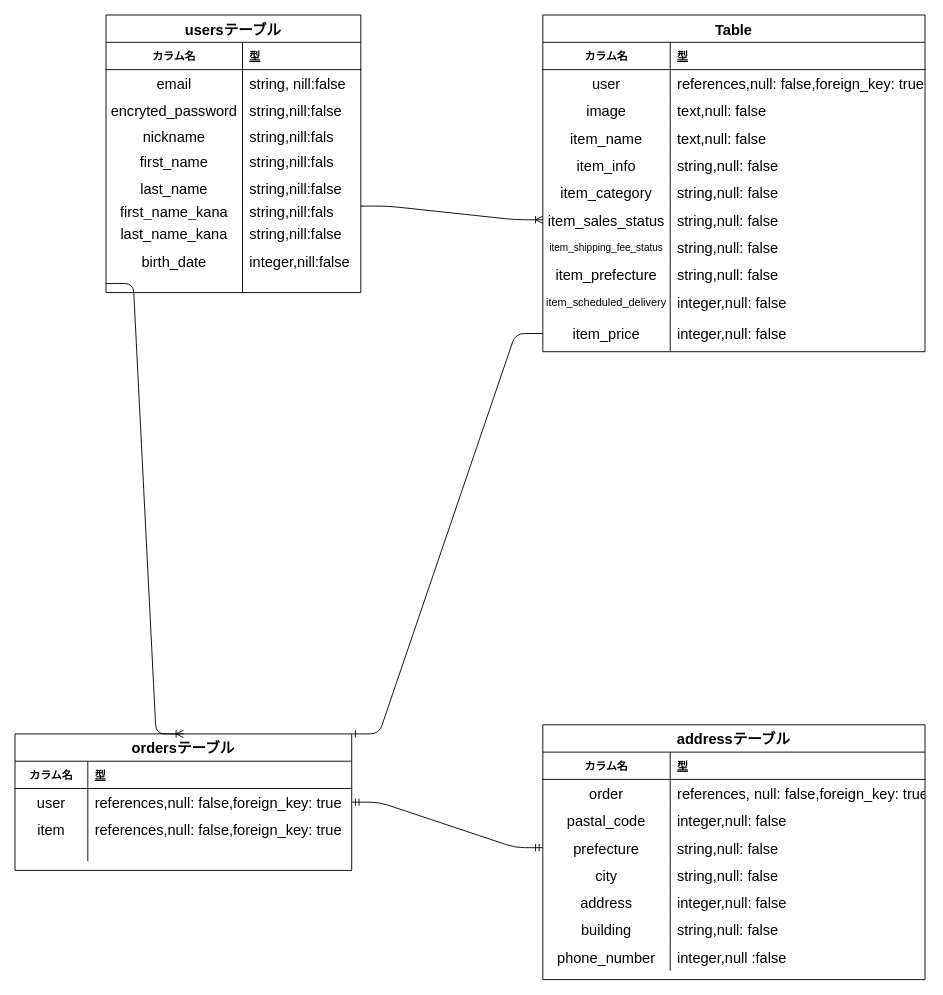
The draw.io diagram furima.dio in keisuke-5837/furima-36126, before the edit. Source tidied: cells renumbered, new cells numbered last; positions are measured from the earlier drawing's top-left corner, leaving out a move shared by most shapes. Both pictures are drawn from the tidied source at 91%, with x=0, y=0 at pixel (15, 15).
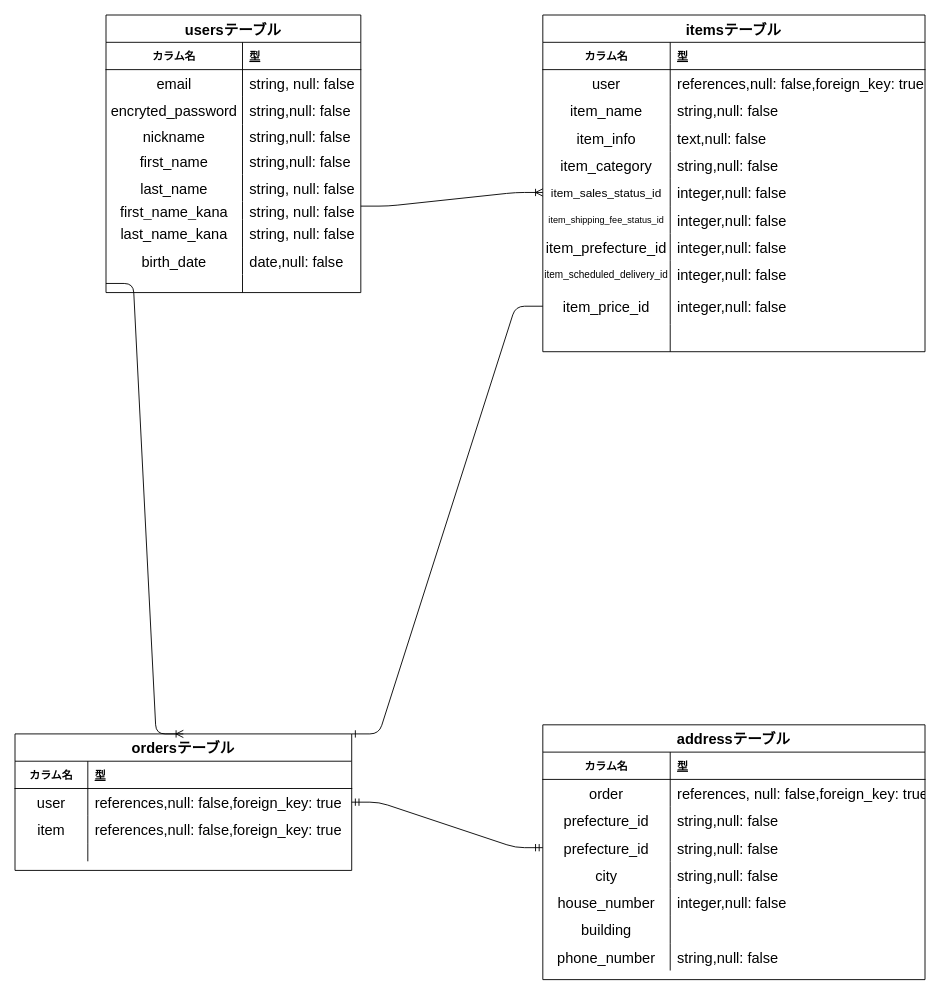
The same page after the edit.

Commit message (it also covers changes not shown here):
データベース設計修正２

The change refers to these unchanged cells:
```xml
<mxCell id="6" style="shape=partialRectangle;fillColor=none;top=0;left=0;bottom=0;right=0;" parent="2" vertex="1">
  <mxGeometry y="60" width="280" height="30" as="geometry" />
</mxCell>
<mxCell id="9" style="shape=partialRectangle;fillColor=none;top=0;left=0;bottom=0;right=0;" parent="2" vertex="1">
  <mxGeometry y="90" width="280" height="30" as="geometry" />
</mxCell>
<mxCell id="12" style="shape=partialRectangle;fillColor=none;top=0;left=0;bottom=0;right=0;points=[[0,0.5],[1,0.5]];portConstraint=eastwest;" parent="2" vertex="1">
  <mxGeometry y="120" width="280" height="25" as="geometry" />
</mxCell>
<mxCell id="15" style="shape=partialRectangle;fillColor=none;top=0;left=0;bottom=0;right=0;" parent="2" vertex="1">
  <mxGeometry y="145" width="280" height="30" as="geometry" />
</mxCell>
<mxCell id="18" style="shape=partialRectangle;fillColor=none;top=0;left=0;bottom=0;right=0;" parent="2" vertex="1">
  <mxGeometry y="175" width="280" height="30" as="geometry" />
</mxCell>
<mxCell id="21" style="shape=partialRectangle;fillColor=none;top=0;left=0;bottom=0;right=0;" parent="2" vertex="1">
  <mxGeometry y="205" width="280" height="20" as="geometry" />
</mxCell>
<mxCell id="24" style="shape=partialRectangle;fillColor=none;top=0;left=0;bottom=0;right=0;" parent="2" vertex="1">
  <mxGeometry y="225" width="280" height="30" as="geometry" />
</mxCell>
<mxCell id="27" style="shape=partialRectangle;fillColor=none;top=0;left=0;bottom=0;right=0;" parent="2" vertex="1">
  <mxGeometry y="255" width="280" height="30" as="geometry" />
</mxCell>
<mxCell id="75" style="shape=partialRectangle;fillColor=none;top=0;left=0;bottom=0;right=0;" parent="68" vertex="1">
  <mxGeometry y="90" width="420" height="30" as="geometry" />
</mxCell>
<mxCell id="78" style="shape=partialRectangle;fillColor=none;top=0;left=0;bottom=0;right=0;points=[[0,0.5],[1,0.5]];portConstraint=eastwest;" parent="68" vertex="1">
  <mxGeometry y="120" width="420" height="30" as="geometry" />
</mxCell>
<mxCell id="84" style="shape=partialRectangle;fillColor=none;top=0;left=0;bottom=0;right=0;" parent="68" vertex="1">
  <mxGeometry y="180" width="420" height="30" as="geometry" />
</mxCell>
<mxCell id="87" style="shape=partialRectangle;fillColor=none;top=0;left=0;bottom=0;right=0;" parent="68" vertex="1">
  <mxGeometry y="210" width="420" height="30" as="geometry" />
</mxCell>
<mxCell id="90" style="shape=partialRectangle;fillColor=none;top=0;left=0;bottom=0;right=0;" parent="68" vertex="1">
  <mxGeometry y="240" width="420" height="30" as="geometry" />
</mxCell>
```

Diff of the diagram source:
```diff
@@
-    <mxCell id="8" value="string, nill:false" style="shape=partialRectangle;fillColor=none;top=0;left=0;bottom=0;right=0;align=left;spacingLeft=6;overflow=hidden;fontSize=16;" parent="6" vertex="1">
+    <mxCell id="8" value="string, null: false" style="shape=partialRectangle;fillColor=none;top=0;left=0;bottom=0;right=0;align=left;spacingLeft=6;overflow=hidden;fontSize=16;" parent="6" vertex="1">
       <mxGeometry x="150" width="130" height="30" as="geometry" />
     </mxCell>
@@
-    <mxCell id="11" value="string,nill:false" style="shape=partialRectangle;fillColor=none;top=0;left=0;bottom=0;right=0;align=left;spacingLeft=6;overflow=hidden;fontSize=16;" parent="9" vertex="1">
+    <mxCell id="11" value="string,null: false" style="shape=partialRectangle;fillColor=none;top=0;left=0;bottom=0;right=0;align=left;spacingLeft=6;overflow=hidden;fontSize=16;" parent="9" vertex="1">
       <mxGeometry x="150" width="130" height="30" as="geometry" />
     </mxCell>
@@
-    <mxCell id="14" value="string,nill:fals" style="shape=partialRectangle;fillColor=none;top=0;left=0;bottom=0;right=0;align=left;spacingLeft=6;overflow=hidden;fontSize=16;" parent="12" vertex="1">
+    <mxCell id="14" value="string,null: false" style="shape=partialRectangle;fillColor=none;top=0;left=0;bottom=0;right=0;align=left;spacingLeft=6;overflow=hidden;fontSize=16;" parent="12" vertex="1">
       <mxGeometry x="150" width="130" height="25" as="geometry" />
     </mxCell>
@@
-    <mxCell id="17" value="string,nill:fals" style="shape=partialRectangle;fillColor=none;top=0;left=0;bottom=0;right=0;align=left;spacingLeft=6;overflow=hidden;fontSize=16;" parent="15" vertex="1">
+    <mxCell id="17" value="string,null: false" style="shape=partialRectangle;fillColor=none;top=0;left=0;bottom=0;right=0;align=left;spacingLeft=6;overflow=hidden;fontSize=16;" parent="15" vertex="1">
       <mxGeometry x="150" width="130" height="30" as="geometry" />
     </mxCell>
@@
-    <mxCell id="20" value="string,nill:false" style="shape=partialRectangle;fillColor=none;top=0;left=0;bottom=0;right=0;align=left;spacingLeft=6;overflow=hidden;fontSize=16;" parent="18" vertex="1">
+    <mxCell id="20" value="string, null: false" style="shape=partialRectangle;fillColor=none;top=0;left=0;bottom=0;right=0;align=left;spacingLeft=6;overflow=hidden;fontSize=16;" parent="18" vertex="1">
       <mxGeometry x="150" width="130" height="30" as="geometry" />
     </mxCell>
@@
-    <mxCell id="23" value="string,nill:fals" style="shape=partialRectangle;fillColor=none;top=0;left=0;bottom=0;right=0;align=left;spacingLeft=6;overflow=hidden;fontSize=16;" parent="21" vertex="1">
+    <mxCell id="23" value="string, null: false" style="shape=partialRectangle;fillColor=none;top=0;left=0;bottom=0;right=0;align=left;spacingLeft=6;overflow=hidden;fontSize=16;" parent="21" vertex="1">
       <mxGeometry x="150" width="130" height="20" as="geometry" />
     </mxCell>
@@
-    <mxCell id="26" value="string,nill:false" style="shape=partialRectangle;fillColor=none;top=0;left=0;bottom=0;right=0;align=left;spacingLeft=6;overflow=hidden;fontSize=16;" parent="24" vertex="1">
+    <mxCell id="26" value="string, null: false" style="shape=partialRectangle;fillColor=none;top=0;left=0;bottom=0;right=0;align=left;spacingLeft=6;overflow=hidden;fontSize=16;" parent="24" vertex="1">
       <mxGeometry x="150" width="130" height="30" as="geometry" />
     </mxCell>
@@
-    <mxCell id="29" value="integer,nill:false" style="shape=partialRectangle;fillColor=none;top=0;left=0;bottom=0;right=0;align=left;spacingLeft=6;overflow=hidden;fontSize=16;" parent="27" vertex="1">
+    <mxCell id="29" value="date,null: false" style="shape=partialRectangle;fillColor=none;top=0;left=0;bottom=0;right=0;align=left;spacingLeft=6;overflow=hidden;fontSize=16;" parent="27" vertex="1">
       <mxGeometry x="150" width="130" height="30" as="geometry" />
     </mxCell>
@@
-    <mxCell id="34" value="Table" style="shape=table;startSize=30;childLayout=tableLayout;rowLines=0;fontStyle=1;align=center;fontSize=16;" parent="1" vertex="1">
+    <mxCell id="34" value="itemsテーブル" style="shape=table;startSize=30;childLayout=tableLayout;rowLines=0;fontStyle=1;align=center;fontSize=16;" parent="1" vertex="1">
       <mxGeometry x="580" width="420" height="370" as="geometry" />
     </mxCell>
@@
-    <mxCell id="41" style="shape=partialRectangle;fillColor=none;top=0;left=0;bottom=0;right=0;" parent="34" vertex="1">
-      <mxGeometry y="90" width="420" height="30" as="geometry" />
-    </mxCell>
-    <mxCell id="42" value="image" style="shape=partialRectangle;fillColor=none;top=0;left=0;bottom=0;right=0;overflow=hidden;fontSize=16;" parent="41" vertex="1">
-      <mxGeometry width="140" height="30" as="geometry" />
-    </mxCell>
-    <mxCell id="43" value="text,null: false" style="shape=partialRectangle;fillColor=none;top=0;left=0;bottom=0;right=0;align=left;spacingLeft=6;overflow=hidden;fontSize=16;" parent="41" vertex="1">
-      <mxGeometry x="140" width="280" height="30" as="geometry" />
-    </mxCell>
     <mxCell id="44" style="shape=partialRectangle;fillColor=none;top=0;left=0;bottom=0;right=0;" parent="34" vertex="1">
-      <mxGeometry y="120" width="420" height="30" as="geometry" />
+      <mxGeometry y="90" width="420" height="30" as="geometry" />
     </mxCell>
@@
-    <mxCell id="46" value="text,null: false" style="shape=partialRectangle;fillColor=none;top=0;left=0;bottom=0;right=0;align=left;spacingLeft=6;overflow=hidden;fontSize=16;" parent="44" vertex="1">
+    <mxCell id="46" value="string,null: false" style="shape=partialRectangle;fillColor=none;top=0;left=0;bottom=0;right=0;align=left;spacingLeft=6;overflow=hidden;fontSize=16;" parent="44" vertex="1">
       <mxGeometry x="140" width="280" height="30" as="geometry" />
     </mxCell>
     <mxCell id="47" style="shape=partialRectangle;fillColor=none;top=0;left=0;bottom=0;right=0;" parent="34" vertex="1">
-      <mxGeometry y="150" width="420" height="30" as="geometry" />
+      <mxGeometry y="120" width="420" height="30" as="geometry" />
     </mxCell>
@@
-    <mxCell id="49" value="string,null: false" style="shape=partialRectangle;fillColor=none;top=0;left=0;bottom=0;right=0;align=left;spacingLeft=6;overflow=hidden;fontSize=16;" parent="47" vertex="1">
+    <mxCell id="49" value="text,null: false" style="shape=partialRectangle;fillColor=none;top=0;left=0;bottom=0;right=0;align=left;spacingLeft=6;overflow=hidden;fontSize=16;" parent="47" vertex="1">
       <mxGeometry x="140" width="280" height="30" as="geometry" />
     </mxCell>
     <mxCell id="50" style="shape=partialRectangle;fillColor=none;top=0;left=0;bottom=0;right=0;" parent="34" vertex="1">
-      <mxGeometry y="180" width="420" height="30" as="geometry" />
+      <mxGeometry y="150" width="420" height="30" as="geometry" />
     </mxCell>
@@
     <mxCell id="53" style="shape=partialRectangle;fillColor=none;top=0;left=0;bottom=0;right=0;points=[[0,0.5],[1,0.5]];portConstraint=eastwest;" parent="34" vertex="1">
-      <mxGeometry y="210" width="420" height="30" as="geometry" />
+      <mxGeometry y="180" width="420" height="30" as="geometry" />
     </mxCell>
-    <mxCell id="54" value="item_sales_status" style="shape=partialRectangle;fillColor=none;top=0;left=0;bottom=0;right=0;overflow=hidden;fontSize=16;" parent="53" vertex="1">
+    <mxCell id="54" value="item_sales_status_id" style="shape=partialRectangle;fillColor=none;top=0;left=0;bottom=0;right=0;overflow=hidden;fontSize=13;" parent="53" vertex="1">
       <mxGeometry width="140" height="30" as="geometry" />
     </mxCell>
-    <mxCell id="55" value="string,null: false" style="shape=partialRectangle;fillColor=none;top=0;left=0;bottom=0;right=0;align=left;spacingLeft=6;overflow=hidden;fontSize=16;" parent="53" vertex="1">
+    <mxCell id="55" value="integer,null: false" style="shape=partialRectangle;fillColor=none;top=0;left=0;bottom=0;right=0;align=left;spacingLeft=6;overflow=hidden;fontSize=16;" parent="53" vertex="1">
       <mxGeometry x="140" width="280" height="30" as="geometry" />
     </mxCell>
     <mxCell id="56" style="shape=partialRectangle;fillColor=none;top=0;left=0;bottom=0;right=0;" parent="34" vertex="1">
-      <mxGeometry y="240" width="420" height="30" as="geometry" />
+      <mxGeometry y="210" width="420" height="30" as="geometry" />
     </mxCell>
-    <mxCell id="57" value="item_shipping_fee_status" style="shape=partialRectangle;fillColor=none;top=0;left=0;bottom=0;right=0;overflow=hidden;fontSize=11;" parent="56" vertex="1">
+    <mxCell id="57" value="item_shipping_fee_status_id" style="shape=partialRectangle;fillColor=none;top=0;left=0;bottom=0;right=0;overflow=hidden;fontSize=10;" parent="56" vertex="1">
       <mxGeometry width="140" height="30" as="geometry" />
     </mxCell>
-    <mxCell id="58" value="string,null: false" style="shape=partialRectangle;fillColor=none;top=0;left=0;bottom=0;right=0;align=left;spacingLeft=6;overflow=hidden;fontSize=16;" parent="56" vertex="1">
+    <mxCell id="58" value="integer,null: false" style="shape=partialRectangle;fillColor=none;top=0;left=0;bottom=0;right=0;align=left;spacingLeft=6;overflow=hidden;fontSize=16;" parent="56" vertex="1">
       <mxGeometry x="140" width="280" height="30" as="geometry" />
     </mxCell>
     <mxCell id="59" style="shape=partialRectangle;fillColor=none;top=0;left=0;bottom=0;right=0;" parent="34" vertex="1">
-      <mxGeometry y="270" width="420" height="30" as="geometry" />
+      <mxGeometry y="240" width="420" height="30" as="geometry" />
     </mxCell>
-    <mxCell id="60" value="item_prefecture" style="shape=partialRectangle;fillColor=none;top=0;left=0;bottom=0;right=0;overflow=hidden;fontSize=16;" parent="59" vertex="1">
+    <mxCell id="60" value="item_prefecture_id" style="shape=partialRectangle;fillColor=none;top=0;left=0;bottom=0;right=0;overflow=hidden;fontSize=16;" parent="59" vertex="1">
       <mxGeometry width="140" height="30" as="geometry" />
     </mxCell>
-    <mxCell id="61" value="string,null: false" style="shape=partialRectangle;fillColor=none;top=0;left=0;bottom=0;right=0;align=left;spacingLeft=6;overflow=hidden;fontSize=16;" parent="59" vertex="1">
+    <mxCell id="61" value="integer,null: false" style="shape=partialRectangle;fillColor=none;top=0;left=0;bottom=0;right=0;align=left;spacingLeft=6;overflow=hidden;fontSize=16;" parent="59" vertex="1">
       <mxGeometry x="140" width="280" height="30" as="geometry" />
     </mxCell>
     <mxCell id="62" style="shape=partialRectangle;fillColor=none;top=0;left=0;bottom=0;right=0;" parent="34" vertex="1">
-      <mxGeometry y="300" width="420" height="30" as="geometry" />
+      <mxGeometry y="270" width="420" height="30" as="geometry" />
     </mxCell>
-    <mxCell id="63" value="item_scheduled_delivery" style="shape=partialRectangle;fillColor=none;top=0;left=0;bottom=0;right=0;overflow=hidden;fontSize=12;" parent="62" vertex="1">
+    <mxCell id="63" value="item_scheduled_delivery_id" style="shape=partialRectangle;fillColor=none;top=0;left=0;bottom=0;right=0;overflow=hidden;fontSize=11;" parent="62" vertex="1">
       <mxGeometry width="140" height="30" as="geometry" />
     </mxCell>
@@
     <mxCell id="65" style="shape=partialRectangle;fillColor=none;top=0;left=0;bottom=0;right=0;points=[[0,0.5],[1,0.5]];portConstraint=eastwest;" parent="34" vertex="1">
-      <mxGeometry y="330" width="420" height="40" as="geometry" />
+      <mxGeometry y="300" width="420" height="40" as="geometry" />
     </mxCell>
-    <mxCell id="66" value="item_price" style="shape=partialRectangle;fillColor=none;top=0;left=0;bottom=0;right=0;overflow=hidden;fontSize=16;" parent="65" vertex="1">
+    <mxCell id="66" value="item_price_id" style="shape=partialRectangle;fillColor=none;top=0;left=0;bottom=0;right=0;overflow=hidden;fontSize=16;" parent="65" vertex="1">
       <mxGeometry width="140" height="40" as="geometry" />
     </mxCell>
@@
+    <mxCell id="41" style="shape=partialRectangle;fillColor=none;top=0;left=0;bottom=0;right=0;" parent="34" vertex="1">
+      <mxGeometry y="340" width="420" height="30" as="geometry" />
+    </mxCell>
+    <mxCell id="42" style="shape=partialRectangle;fillColor=none;top=0;left=0;bottom=0;right=0;overflow=hidden;fontSize=16;" parent="41" vertex="1">
+      <mxGeometry width="140" height="30" as="geometry" />
+    </mxCell>
+    <mxCell id="43" style="shape=partialRectangle;fillColor=none;top=0;left=0;bottom=0;right=0;align=left;spacingLeft=6;overflow=hidden;fontSize=16;" parent="41" vertex="1">
+      <mxGeometry x="140" width="280" height="30" as="geometry" />
+    </mxCell>
@@
-    <mxCell id="76" value="pastal_code" style="shape=partialRectangle;fillColor=none;top=0;left=0;bottom=0;right=0;overflow=hidden;fontSize=16;" parent="75" vertex="1">
+    <mxCell id="76" value="prefecture_id" style="shape=partialRectangle;fillColor=none;top=0;left=0;bottom=0;right=0;overflow=hidden;fontSize=16;" parent="75" vertex="1">
       <mxGeometry width="140" height="30" as="geometry" />
     </mxCell>
-    <mxCell id="77" value="integer,null: false" style="shape=partialRectangle;fillColor=none;top=0;left=0;bottom=0;right=0;align=left;spacingLeft=6;overflow=hidden;fontSize=16;" parent="75" vertex="1">
+    <mxCell id="77" value="string,null: false" style="shape=partialRectangle;fillColor=none;top=0;left=0;bottom=0;right=0;align=left;spacingLeft=6;overflow=hidden;fontSize=16;" parent="75" vertex="1">
       <mxGeometry x="140" width="280" height="30" as="geometry" />
     </mxCell>
@@
-    <mxCell id="79" value="prefecture" style="shape=partialRectangle;fillColor=none;top=0;left=0;bottom=0;right=0;overflow=hidden;fontSize=16;" parent="78" vertex="1">
+    <mxCell id="79" value="prefecture_id" style="shape=partialRectangle;fillColor=none;top=0;left=0;bottom=0;right=0;overflow=hidden;fontSize=16;" parent="78" vertex="1">
       <mxGeometry width="140" height="30" as="geometry" />
     </mxCell>
@@
-    <mxCell id="85" value="address" style="shape=partialRectangle;fillColor=none;top=0;left=0;bottom=0;right=0;overflow=hidden;fontSize=16;" parent="84" vertex="1">
+    <mxCell id="85" value="house_number" style="shape=partialRectangle;fillColor=none;top=0;left=0;bottom=0;right=0;overflow=hidden;fontSize=16;" parent="84" vertex="1">
       <mxGeometry width="140" height="30" as="geometry" />
     </mxCell>
@@
-    <mxCell id="89" value="string,null: false" style="shape=partialRectangle;fillColor=none;top=0;left=0;bottom=0;right=0;align=left;spacingLeft=6;overflow=hidden;fontSize=16;" parent="87" vertex="1">
+    <mxCell id="89" style="shape=partialRectangle;fillColor=none;top=0;left=0;bottom=0;right=0;align=left;spacingLeft=6;overflow=hidden;fontSize=16;" parent="87" vertex="1">
       <mxGeometry x="140" width="280" height="30" as="geometry" />
     </mxCell>
@@
-    <mxCell id="92" value="integer,null :false" style="shape=partialRectangle;fillColor=none;top=0;left=0;bottom=0;right=0;align=left;spacingLeft=6;overflow=hidden;fontSize=16;" parent="90" vertex="1">
+    <mxCell id="92" value="string,null: false" style="shape=partialRectangle;fillColor=none;top=0;left=0;bottom=0;right=0;align=left;spacingLeft=6;overflow=hidden;fontSize=16;" parent="90" vertex="1">
       <mxGeometry x="140" width="280" height="30" as="geometry" />
     </mxCell>
```
